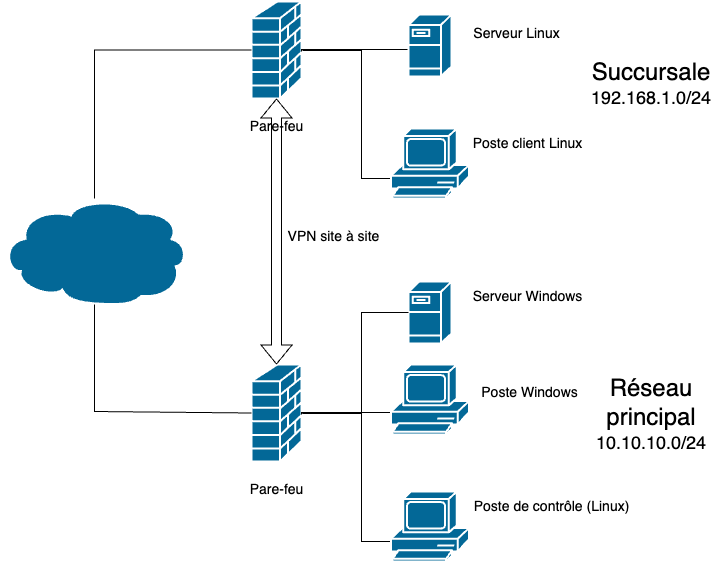
Earlier version of the draw.io export Exercices/images/Exercice11_Topologie.png (claude-roy/420-DN4-SF). Source tidied: cells renumbered, new cells last; positions are measured from the earlier drawing's top-left corner, leaving out a move shared by most shapes. The source it was exported from:
```xml
<mxGraphModel background="#ffffff">
  <root>
    <mxCell id="0" />
    <mxCell id="1" parent="0" />
    <mxCell id="2" style="edgeStyle=orthogonalEdgeStyle;rounded=0;jettySize=auto;html=1;endArrow=none;endFill=0;strokeColor=#000000;" parent="1" edge="1" target="3">
      <mxGeometry relative="1" as="geometry">
        <mxPoint x="395" y="177" as="sourcePoint" />
        <Array as="points">
          <mxPoint x="360" y="177" />
          <mxPoint x="360" y="49" />
        </Array>
      </mxGeometry>
    </mxCell>
    <mxCell id="3" style="shape=mxgraph.cisco.security.firewall;sketch=0;html=1;dashed=0;fillColor=#036897;strokeColor=#ffffff;strokeWidth=2;verticalLabelPosition=bottom;verticalAlign=top;align=center;outlineConnect=0;" parent="1" vertex="1">
      <mxGeometry x="250" width="50" height="97" as="geometry" />
    </mxCell>
    <mxCell id="4" style="edgeStyle=orthogonalEdgeStyle;rounded=0;orthogonalLoop=1;jettySize=auto;html=1;endArrow=none;endFill=0;strokeColor=#000000;" parent="1" edge="1">
      <mxGeometry relative="1" as="geometry">
        <mxPoint x="407" y="48" as="sourcePoint" />
        <mxPoint x="300" y="50" as="targetPoint" />
        <Array as="points">
          <mxPoint x="300" y="48" />
        </Array>
      </mxGeometry>
    </mxCell>
    <mxCell id="5" style="shape=mxgraph.cisco.servers.fileserver;sketch=0;html=1;dashed=0;fillColor=#036897;strokeColor=#ffffff;strokeWidth=2;verticalLabelPosition=bottom;verticalAlign=top;align=center;" parent="1" vertex="1">
      <mxGeometry x="407" y="13" width="43" height="62" as="geometry" />
    </mxCell>
    <mxCell id="6" style="shape=mxgraph.cisco.computers_and_peripherals.pc;sketch=0;html=1;dashed=0;fillColor=#036897;strokeColor=#ffffff;strokeWidth=2;verticalLabelPosition=bottom;verticalAlign=top;align=center;" parent="1" vertex="1">
      <mxGeometry x="389.5" y="127" width="78" height="70" as="geometry" />
    </mxCell>
    <mxCell id="7" style="shape=mxgraph.cisco.storage.cloud;sketch=0;html=1;fillColor=#036897;strokeColor=#ffffff;strokeWidth=2;verticalLabelPosition=bottom;verticalAlign=top;align=center;outlineConnect=0;" parent="1" vertex="1">
      <mxGeometry y="197" width="186" height="106" as="geometry" />
    </mxCell>
    <mxCell id="8" style="edgeStyle=orthogonalEdgeStyle;rounded=0;jettySize=auto;html=1;endArrow=none;endFill=0;exitX=0;exitY=0.5;exitDx=0;exitDy=0;exitPerimeter=0;strokeColor=#000000;" parent="1" edge="1" source="3" target="7">
      <mxGeometry relative="1" as="geometry">
        <Array as="points">
          <mxPoint x="93" y="49" />
        </Array>
      </mxGeometry>
    </mxCell>
    <mxCell id="9" value="&lt;font color=&quot;#000000&quot; style=&quot;font-size: 14px;&quot;&gt;Pare-feu&lt;/font&gt;" style="text;html=1;align=center;verticalAlign=middle;strokeColor=none;fillColor=none;" parent="1" vertex="1">
      <mxGeometry x="235" y="110" width="80" height="30" as="geometry" />
    </mxCell>
    <mxCell id="10" value="&lt;font color=&quot;#000000&quot; style=&quot;font-size: 14px;&quot;&gt;Serveur Linux&lt;/font&gt;" style="text;html=1;align=center;verticalAlign=middle;" parent="1" vertex="1">
      <mxGeometry x="460" y="17" width="110" height="30" as="geometry" />
    </mxCell>
    <mxCell id="11" value="&lt;font color=&quot;#000000&quot; style=&quot;font-size: 14px;&quot;&gt;Poste client Linux&lt;/font&gt;" style="text;html=1;align=center;verticalAlign=middle;strokeColor=none;fillColor=none;" parent="1" vertex="1">
      <mxGeometry x="460.5" y="127" width="130" height="30" as="geometry" />
    </mxCell>
    <mxCell id="12" style="edgeStyle=orthogonalEdgeStyle;rounded=0;jettySize=auto;html=1;endArrow=none;endFill=0;strokeColor=#000000;" parent="1" edge="1" target="13">
      <mxGeometry relative="1" as="geometry">
        <mxPoint x="395" y="540" as="sourcePoint" />
        <Array as="points">
          <mxPoint x="360" y="540" />
          <mxPoint x="360" y="412" />
        </Array>
      </mxGeometry>
    </mxCell>
    <mxCell id="13" style="shape=mxgraph.cisco.security.firewall;sketch=0;html=1;dashed=0;fillColor=#036897;strokeColor=#ffffff;strokeWidth=2;verticalLabelPosition=bottom;verticalAlign=top;align=center;outlineConnect=0;" parent="1" vertex="1">
      <mxGeometry x="250" y="363" width="50" height="97" as="geometry" />
    </mxCell>
    <mxCell id="14" style="edgeStyle=orthogonalEdgeStyle;rounded=0;orthogonalLoop=1;jettySize=auto;html=1;endArrow=none;endFill=0;strokeColor=#000000;" parent="1" edge="1">
      <mxGeometry relative="1" as="geometry">
        <mxPoint x="407" y="411" as="sourcePoint" />
        <mxPoint x="300" y="413" as="targetPoint" />
        <Array as="points">
          <mxPoint x="300" y="411" />
        </Array>
      </mxGeometry>
    </mxCell>
    <mxCell id="15" style="shape=mxgraph.cisco.servers.fileserver;sketch=0;html=1;dashed=0;fillColor=#036897;strokeColor=#ffffff;strokeWidth=2;verticalLabelPosition=bottom;verticalAlign=top;align=center;outlineConnect=0;" parent="1" vertex="1">
      <mxGeometry x="407" y="280" width="43" height="62" as="geometry" />
    </mxCell>
    <mxCell id="16" style="shape=mxgraph.cisco.computers_and_peripherals.pc;sketch=0;html=1;dashed=0;fillColor=#036897;strokeColor=#ffffff;strokeWidth=2;verticalLabelPosition=bottom;verticalAlign=top;align=center;" parent="1" vertex="1">
      <mxGeometry x="389.5" y="490" width="78" height="70" as="geometry" />
    </mxCell>
    <mxCell id="17" style="edgeStyle=orthogonalEdgeStyle;rounded=0;jettySize=auto;html=1;endArrow=none;endFill=0;strokeColor=#000000;entryX=1;entryY=0.5;entryDx=0;entryDy=0;entryPerimeter=0;" parent="1" edge="1" source="15" target="13">
      <mxGeometry relative="1" as="geometry">
        <Array as="points">
          <mxPoint x="360" y="311" />
          <mxPoint x="360" y="412" />
        </Array>
      </mxGeometry>
    </mxCell>
    <mxCell id="18" value="&lt;font color=&quot;#000000&quot; style=&quot;font-size: 14px;&quot;&gt;Pare-feu&lt;/font&gt;" style="text;html=1;align=center;verticalAlign=middle;strokeColor=none;fillColor=none;" parent="1" vertex="1">
      <mxGeometry x="235" y="473" width="80" height="30" as="geometry" />
    </mxCell>
    <mxCell id="19" value="&lt;font color=&quot;#000000&quot; style=&quot;font-size: 14px;&quot;&gt;Serveur Windows&lt;/font&gt;" style="text;html=1;align=center;verticalAlign=middle;strokeColor=none;fillColor=none;" parent="1" vertex="1">
      <mxGeometry x="460.5" y="280" width="130" height="30" as="geometry" />
    </mxCell>
    <mxCell id="20" value="&lt;span style=&quot;font-size: 14px;&quot;&gt;Poste Windows&lt;/span&gt;" style="text;html=1;align=center;verticalAlign=middle;" parent="1" vertex="1">
      <mxGeometry x="467.5" y="376" width="120" height="30" as="geometry" />
    </mxCell>
    <mxCell id="21" value="&lt;font color=&quot;#000000&quot; style=&quot;font-size: 14px;&quot;&gt;Poste de contrôle (Linux)&lt;/font&gt;" style="text;html=1;align=center;verticalAlign=middle;strokeColor=none;fillColor=none;" parent="1" vertex="1">
      <mxGeometry x="460" y="490" width="180" height="30" as="geometry" />
    </mxCell>
    <mxCell id="22" style="shape=mxgraph.cisco.computers_and_peripherals.pc;sketch=0;html=1;dashed=0;fillColor=#036897;strokeColor=#ffffff;strokeWidth=2;verticalLabelPosition=bottom;verticalAlign=top;align=center;" parent="1" vertex="1">
      <mxGeometry x="389.5" y="363" width="78" height="70" as="geometry" />
    </mxCell>
    <mxCell id="23" style="endArrow=none;html=1;rounded=0;entryX=0;entryY=0.5;entryDx=0;entryDy=0;entryPerimeter=0;" parent="1" edge="1" source="7" target="13">
      <mxGeometry relative="1" as="geometry">
        <Array as="points">
          <mxPoint x="93" y="410" />
        </Array>
      </mxGeometry>
    </mxCell>
    <mxCell id="24" style="shape=flexArrow;endArrow=classic;startArrow=classic;html=1;rounded=0;exitX=0.5;exitY=0;exitDx=0;exitDy=0;exitPerimeter=0;" parent="1" edge="1" source="13" target="3">
      <mxGeometry relative="1" as="geometry" />
    </mxCell>
    <mxCell id="25" value="&lt;font style=&quot;font-size: 14px;&quot;&gt;VPN site à site&lt;/font&gt;" style="text;html=1;align=center;verticalAlign=middle;whiteSpace=wrap;rounded=0;" parent="1" vertex="1">
      <mxGeometry x="280" y="220" width="105" height="30" as="geometry" />
    </mxCell>
    <mxCell id="26" value="&lt;font style=&quot;font-size: 24px;&quot;&gt;Succursale&lt;/font&gt;&lt;div&gt;&lt;font style=&quot;font-size: 18px;&quot;&gt;192.168.1.0/24&lt;/font&gt;&lt;/div&gt;" style="text;html=1;align=center;verticalAlign=middle;whiteSpace=wrap;rounded=0;" parent="1" vertex="1">
      <mxGeometry x="620" y="67" width="60" height="30" as="geometry" />
    </mxCell>
    <mxCell id="27" value="&lt;font style=&quot;font-size: 24px;&quot;&gt;Réseau principal&lt;/font&gt;&lt;div&gt;&lt;font style=&quot;font-size: 18px;&quot;&gt;10.10.10.0/24&lt;/font&gt;&lt;/div&gt;" style="text;html=1;align=center;verticalAlign=middle;whiteSpace=wrap;rounded=0;" parent="1" vertex="1">
      <mxGeometry x="620" y="396.5" width="60" height="30" as="geometry" />
    </mxCell>
  </root>
</mxGraphModel>
```
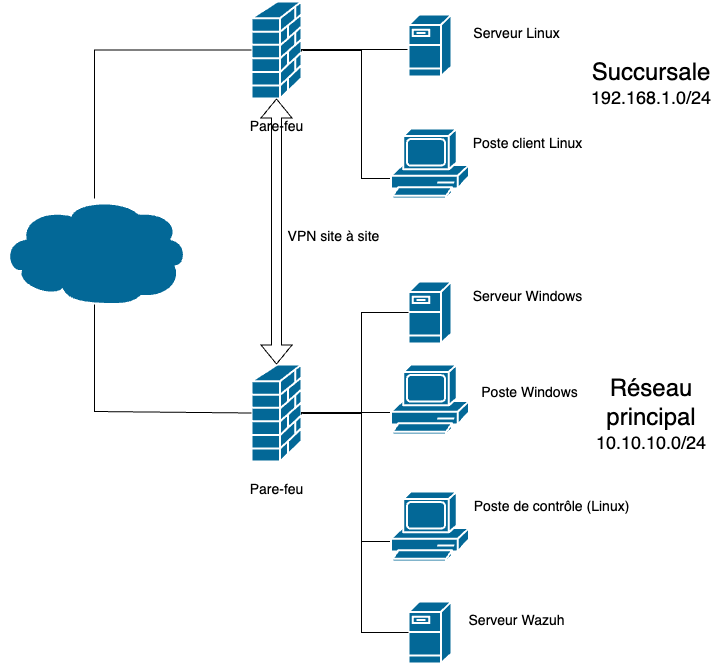
Above is the later version.

Commit message:
Ajuste image topologie.

What changed in the source:
```diff
@@ -117,5 +117,19 @@
     <mxCell id="27" value="&lt;font style=&quot;font-size: 24px;&quot;&gt;Réseau principal&lt;/font&gt;&lt;div&gt;&lt;font style=&quot;font-size: 18px;&quot;&gt;10.10.10.0/24&lt;/font&gt;&lt;/div&gt;" style="text;html=1;align=center;verticalAlign=middle;whiteSpace=wrap;rounded=0;" parent="1" vertex="1">
       <mxGeometry x="620" y="396.5" width="60" height="30" as="geometry" />
     </mxCell>
+    <mxCell id="28" style="shape=mxgraph.cisco.servers.fileserver;sketch=0;html=1;dashed=0;fillColor=#036897;strokeColor=#ffffff;strokeWidth=2;verticalLabelPosition=bottom;verticalAlign=top;align=center;outlineConnect=0;" parent="1" vertex="1">
+      <mxGeometry x="407" y="600" width="43" height="62" as="geometry" />
+    </mxCell>
+    <mxCell id="29" value="&lt;font color=&quot;#000000&quot; style=&quot;font-size: 14px;&quot;&gt;Serveur Wazuh&lt;/font&gt;" style="text;html=1;align=center;verticalAlign=middle;" parent="1" vertex="1">
+      <mxGeometry x="455" y="604" width="120" height="30" as="geometry" />
+    </mxCell>
+    <mxCell id="30" style="endArrow=none;html=1;rounded=0;entryX=0;entryY=0.5;entryDx=0;entryDy=0;entryPerimeter=0;" parent="1" edge="1" target="28">
+      <mxGeometry relative="1" as="geometry">
+        <mxPoint x="360" y="540" as="sourcePoint" />
+        <Array as="points">
+          <mxPoint x="360" y="631" />
+        </Array>
+      </mxGeometry>
+    </mxCell>
   </root>
 </mxGraphModel>
```
